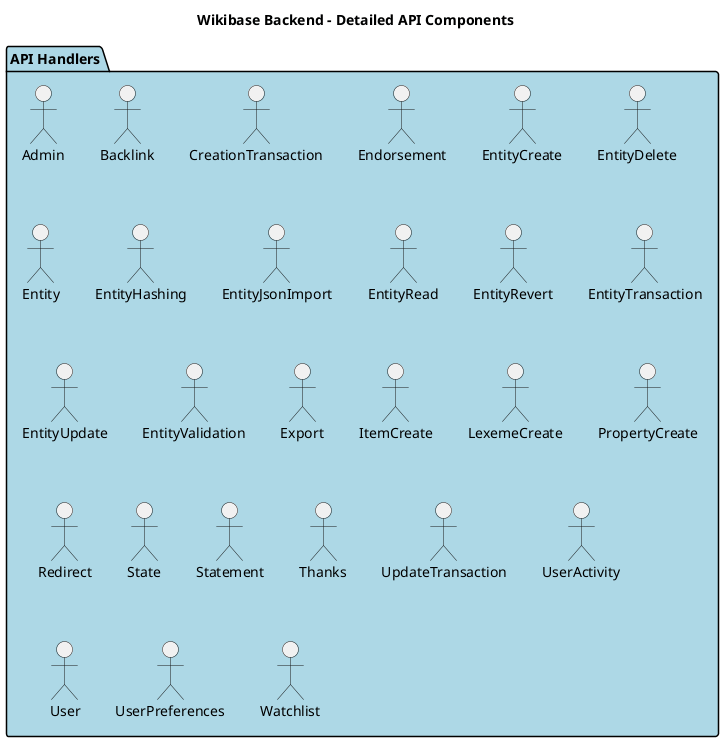
Earlier version of the PlantUML export docs/DIAGRAMS/png/detailed_api_components.png (dpriskorn/entitybase-backend). Source of this version:
```plantuml
@startuml Detailed API Components

title Wikibase Backend - Detailed API Components

package "API Handlers" as APIHandlers #LightBlue {
    "Admin" as AdminHandler
    "Backlink" as BacklinkHandler
    "CreationTransaction" as CreationTransaction
    "Endorsement" as EndorsementHandler
    "EntityCreate" as EntityCreateHandler
    "EntityDelete" as EntityDeleteHandler
    "Entity" as EntityHandler
    "EntityHashing" as EntityHashingService
    "EntityJsonImport" as EntityJsonImportHandler
    "EntityRead" as EntityReadHandler
    "EntityRevert" as EntityRevertHandler
    "EntityTransaction" as EntityTransaction
    "EntityUpdate" as EntityUpdateHandler
    "EntityValidation" as EntityValidationService
    "Export" as ExportHandler
    "ItemCreate" as ItemCreateHandler
    "LexemeCreate" as LexemeCreateHandler
    "PropertyCreate" as PropertyCreateHandler
    "Redirect" as RedirectHandler
    "State" as StateHandler
    "Statement" as StatementHandler
    "Thanks" as ThanksHandler
    "UpdateTransaction" as UpdateTransaction
    "UserActivity" as UserActivityHandler
    "User" as UserHandler
    "UserPreferences" as UserPreferencesHandler
    "Watchlist" as WatchlistHandler
}

@enduml
```
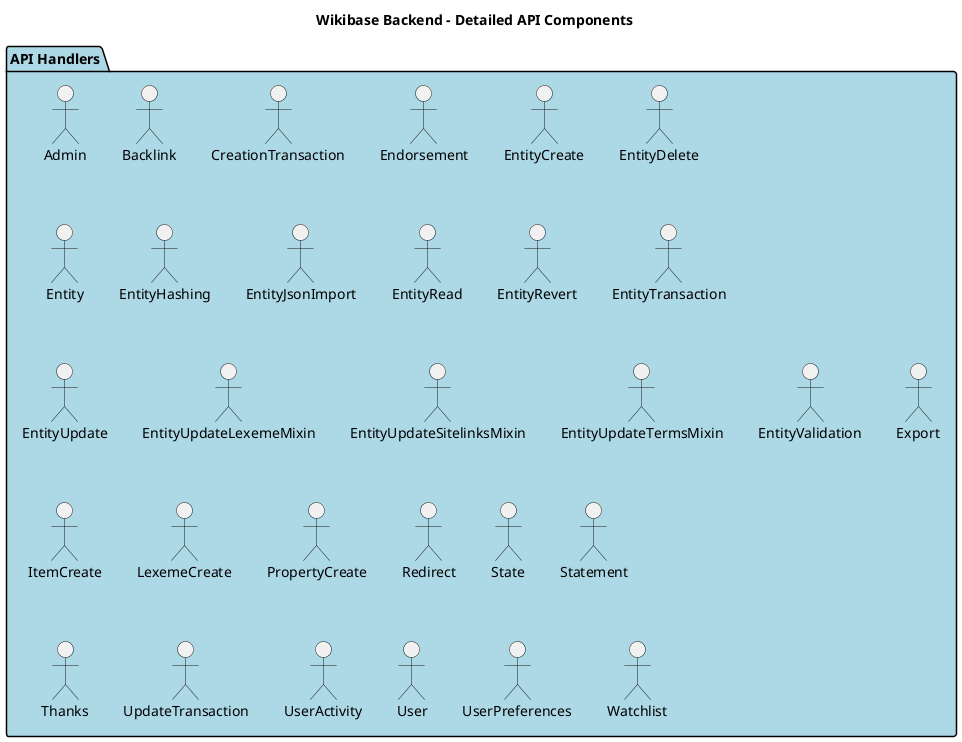
The same file after the commit.

Diff of the diagram source:
```diff
@@ -16,6 +16,9 @@
     "EntityRevert" as EntityRevertHandler
     "EntityTransaction" as EntityTransaction
     "EntityUpdate" as EntityUpdateHandler
+    "EntityUpdateLexemeMixin" as EntityUpdateLexemeMixin
+    "EntityUpdateSitelinksMixin" as EntityUpdateSitelinksMixin
+    "EntityUpdateTermsMixin" as EntityUpdateTermsMixin
     "EntityValidation" as EntityValidationService
     "Export" as ExportHandler
     "ItemCreate" as ItemCreateHandler
```
